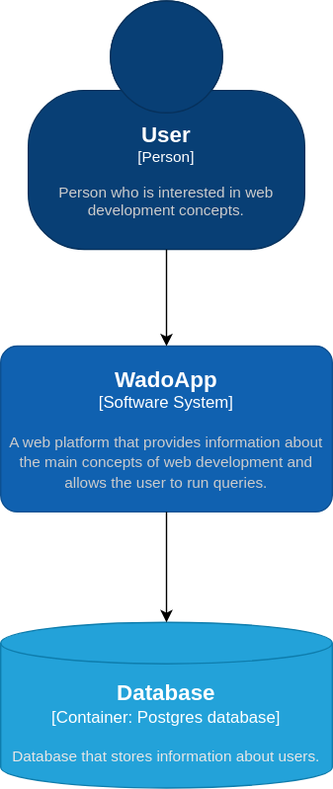
This is scholarly/media/c4_l2.drawio.svg from AndreeaJinga/WADO, a draw.io export, as it was before one commit. Source tidied: cells renumbered, new cells last; positions are measured from the earlier drawing's top-left corner, leaving out a move shared by most shapes.
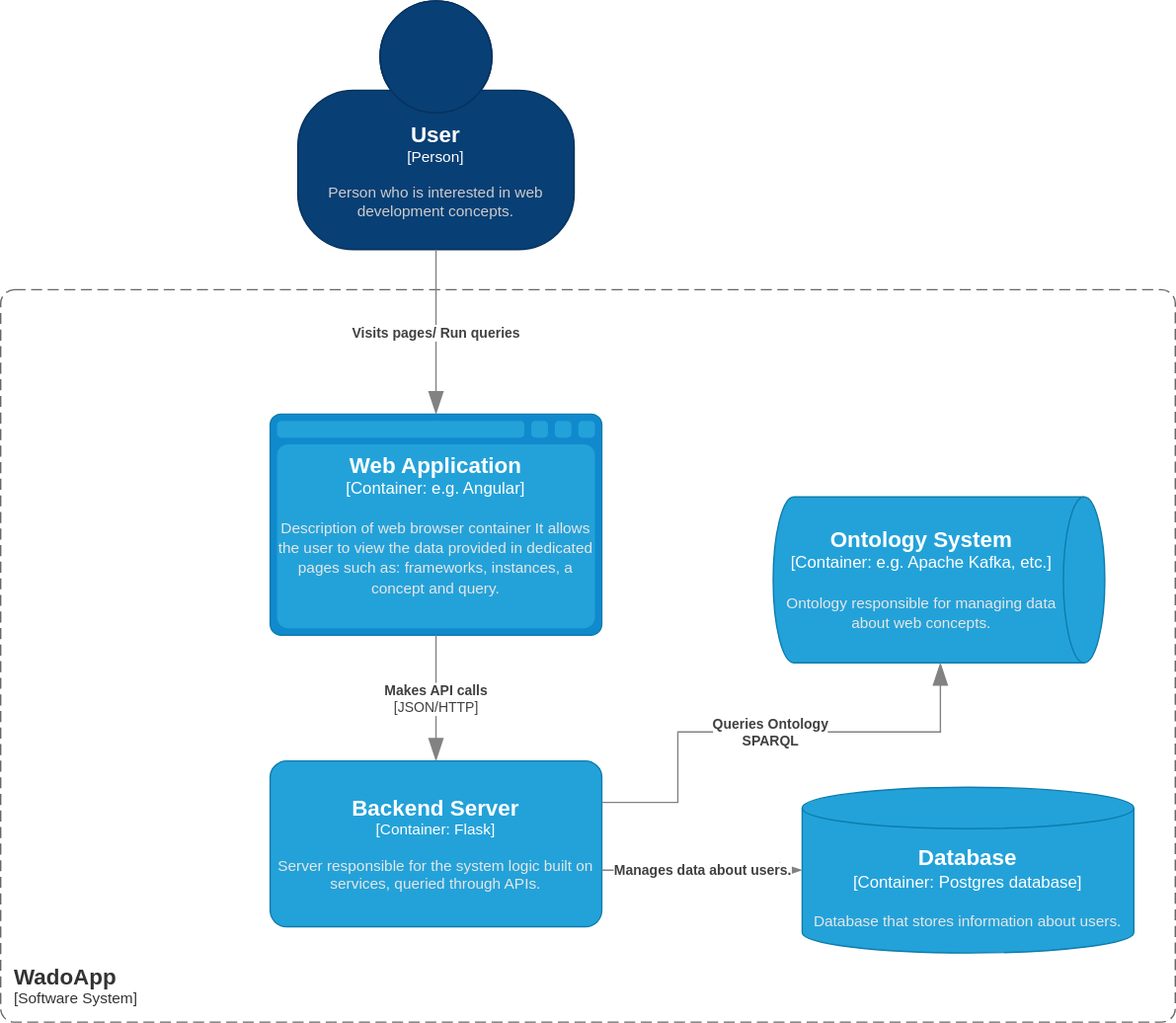
Later version of the same file.

Diff of the diagram source:
```diff
@@ -4,24 +4,65 @@
     <mxCell id="1" parent="0" />
     <object id="2" label="&lt;font style=&quot;font-size: 16px&quot;&gt;&lt;b&gt;%c4Name%&lt;/b&gt;&lt;/font&gt;&lt;div&gt;[%c4Type%]&lt;/div&gt;&lt;br&gt;&lt;div&gt;&lt;font style=&quot;font-size: 11px&quot;&gt;&lt;font color=&quot;#cccccc&quot;&gt;%c4Description%&lt;/font&gt;&lt;/div&gt;" c4Description="Person who is interested in web development concepts." c4Name="User" c4Type="Person" placeholders="1">
       <mxCell style="html=1;fontSize=11;dashed=0;whiteSpace=wrap;fillColor=#083F75;strokeColor=#06315C;fontColor=#ffffff;shape=mxgraph.c4.person2;align=center;points=[[0.5,0,0],[1,0.5,0],[1,0.75,0],[0.75,1,0],[0.5,1,0],[0.25,1,0],[0,0.75,0],[0,0.5,0]];" parent="1" vertex="1">
-        <mxGeometry x="20" width="200" height="180" as="geometry" />
+        <mxGeometry x="-95" y="-49" width="200" height="180" as="geometry" />
       </mxCell>
     </object>
-    <object id="3" label="&lt;font style=&quot;font-size: 16px&quot;&gt;&lt;b&gt;%c4Name%&lt;/b&gt;&lt;/font&gt;&lt;div&gt;[%c4Type%]&lt;/div&gt;&lt;br&gt;&lt;div&gt;&lt;font style=&quot;font-size: 11px&quot;&gt;&lt;font color=&quot;#cccccc&quot;&gt;%c4Description%&lt;/font&gt;&lt;/div&gt;" c4Description="A web platform that provides information about the main concepts of web development and allows the user to run queries." c4Name="WadoApp" c4Type="Software System" placeholders="1">
-      <mxCell style="rounded=1;whiteSpace=wrap;html=1;labelBackgroundColor=none;fillColor=#1061B0;fontColor=#ffffff;align=center;arcSize=10;strokeColor=#0D5091;points=[[0.25,0,0],[0.5,0,0],[0.75,0,0],[1,0.25,0],[1,0.5,0],[1,0.75,0],[0.75,1,0],[0.5,1,0],[0.25,1,0],[0,0.75,0],[0,0.5,0],[0,0.25,0]];" parent="1" vertex="1">
-        <mxGeometry y="250" width="240" height="120" as="geometry" />
-      </mxCell>
-    </object>
+    <object id="7" label="&lt;font style=&quot;font-size: 16px&quot;&gt;&lt;b&gt;&lt;div style=&quot;text-align: left&quot;&gt;%c4Name%&lt;/div&gt;&lt;/b&gt;&lt;/font&gt;&lt;div style=&quot;text-align: left&quot;&gt;[%c4Application%]&lt;/div&gt;" c4Application="Software System" c4Name="WadoApp" c4Type="SystemScopeBoundary" placeholders="1">
+      <mxCell style="rounded=1;fontSize=11;whiteSpace=wrap;html=1;dashed=1;arcSize=20;fillColor=none;strokeColor=#666666;fontColor=#333333;labelBackgroundColor=none;align=left;verticalAlign=bottom;labelBorderColor=none;spacingTop=0;spacing=10;dashPattern=8 4;perimeter=rectanglePerimeter;noLabel=0;labelPadding=0;absoluteArcSize=1;" parent="1" vertex="1">
+        <mxGeometry x="-310" y="160" width="850" height="530" as="geometry" />
+      </mxCell>
+    </object>
+    <object id="8" label="&lt;font style=&quot;font-size: 16px&quot;&gt;&lt;b&gt;%c4Name%&lt;/b&gt;&lt;/font&gt;&lt;div&gt;[%c4Type%:&amp;nbsp;%c4Technology%]&lt;/div&gt;&lt;br&gt;&lt;div&gt;&lt;font style=&quot;font-size: 11px&quot;&gt;&lt;font color=&quot;#E6E6E6&quot;&gt;%c4Description%&lt;/font&gt;&lt;/div&gt;" c4Description="Description of web browser container It allows the user to view the data provided in dedicated pages such as: frameworks, instances, a concept and query." c4Name="Web Application" c4Technology="Angular" c4Type="Container" placeholders="1">
+      <mxCell style="shape=mxgraph.c4.webBrowserContainer2;whiteSpace=wrap;html=1;boundedLbl=1;rounded=0;labelBackgroundColor=none;strokeColor=#118ACD;fillColor=#23A2D9;strokeColor=#118ACD;strokeColor2=#0E7DAD;fontSize=12;fontColor=#ffffff;align=center;points=[[0.5,0,0],[1,0.25,0],[1,0.5,0],[1,0.75,0],[0.5,1,0],[0,0.75,0],[0,0.5,0],[0,0.25,0]];" parent="1" vertex="1">
+        <mxGeometry x="-115" y="250" width="240" height="160" as="geometry" />
+      </mxCell>
+    </object>
+    <object id="9" label="&lt;font style=&quot;font-size: 16px&quot;&gt;&lt;b&gt;%c4Name%&lt;/b&gt;&lt;/font&gt;&lt;div&gt;[%c4Type%: %c4Technology%]&lt;/div&gt;&lt;br&gt;&lt;div&gt;&lt;font style=&quot;font-size: 11px&quot;&gt;&lt;font color=&quot;#E6E6E6&quot;&gt;%c4Description%&lt;/font&gt;&lt;/div&gt;" c4Description="Server responsible for the system logic built on services, queried through APIs." c4Name="Backend Server" c4Technology="Flask" c4Type="Container" placeholders="1">
+      <mxCell style="rounded=1;whiteSpace=wrap;html=1;fontSize=11;labelBackgroundColor=none;fillColor=#23A2D9;fontColor=#ffffff;align=center;arcSize=10;strokeColor=#0E7DAD;points=[[0.25,0,0],[0.5,0,0],[0.75,0,0],[1,0.25,0],[1,0.5,0],[1,0.75,0],[0.75,1,0],[0.5,1,0],[0.25,1,0],[0,0.75,0],[0,0.5,0],[0,0.25,0]];" parent="1" vertex="1">
+        <mxGeometry x="-115" y="501" width="240" height="120" as="geometry" />
+      </mxCell>
+    </object>
+    <object id="10" label="&lt;div style=&quot;text-align: left&quot;&gt;&lt;div style=&quot;text-align: center&quot;&gt;&lt;b&gt;%c4Description%&lt;/b&gt;&lt;/div&gt;&lt;div style=&quot;text-align: center&quot;&gt;[%c4Technology%]&lt;/div&gt;&lt;/div&gt;" c4Description="Makes API calls" c4Technology="JSON/HTTP" c4Type="Relationship" placeholders="1">
+      <mxCell style="endArrow=blockThin;html=1;fontSize=10;fontColor=#404040;strokeWidth=1;endFill=1;strokeColor=#828282;elbow=vertical;endSize=14;startSize=14;jumpStyle=arc;jumpSize=16;rounded=0;edgeStyle=orthogonalEdgeStyle;" parent="1" edge="1" source="8" target="9">
+        <mxGeometry relative="1" as="geometry" />
+      </mxCell>
+    </object>
+    <object id="11" label="&lt;div style=&quot;text-align: left&quot;&gt;&lt;div style=&quot;text-align: center&quot;&gt;&lt;b&gt;%c4Description%&lt;/b&gt;&lt;/div&gt;" c4Description="Visits pages/ Run queries" c4Type="Relationship" placeholders="1">
+      <mxCell style="endArrow=blockThin;html=1;fontSize=10;fontColor=#404040;strokeWidth=1;endFill=1;strokeColor=#828282;elbow=vertical;endSize=14;startSize=14;jumpStyle=arc;jumpSize=16;rounded=0;edgeStyle=orthogonalEdgeStyle;entryX=0.5;entryY=0;entryDx=0;entryDy=0;entryPerimeter=0;" parent="1" edge="1" source="2" target="8">
+        <mxGeometry relative="1" as="geometry" />
+      </mxCell>
+    </object>
     <object id="4" label="&lt;font style=&quot;font-size: 16px&quot;&gt;&lt;b&gt;%c4Name%&lt;/b&gt;&lt;/font&gt;&lt;div&gt;[%c4Type%:&amp;nbsp;%c4Technology%]&lt;/div&gt;&lt;br&gt;&lt;div&gt;&lt;font style=&quot;font-size: 11px&quot;&gt;&lt;font color=&quot;#E6E6E6&quot;&gt;%c4Description%&lt;/font&gt;&lt;/div&gt;" c4Description="Database that stores information about users." c4Name="Database" c4Technology="Postgres database" c4Type="Container" placeholders="1">
       <mxCell style="shape=cylinder3;size=15;whiteSpace=wrap;html=1;boundedLbl=1;rounded=0;labelBackgroundColor=none;fillColor=#23A2D9;fontSize=12;fontColor=#ffffff;align=center;strokeColor=#0E7DAD;points=[[0.5,0,0],[1,0.25,0],[1,0.5,0],[1,0.75,0],[0.5,1,0],[0,0.75,0],[0,0.5,0],[0,0.25,0]];" parent="1" vertex="1">
-        <mxGeometry y="450" width="240" height="120" as="geometry" />
+        <mxGeometry x="270" y="520" width="240" height="120" as="geometry" />
       </mxCell>
     </object>
-    <mxCell id="5" style="endArrow=classic;html=1;rounded=0;exitX=0.5;exitY=1;exitDx=0;exitDy=0;exitPerimeter=0;" parent="1" edge="1" source="2" target="3">
-      <mxGeometry relative="1" as="geometry" />
-    </mxCell>
-    <mxCell id="6" style="endArrow=classic;html=1;rounded=0;entryX=0.5;entryY=0;entryDx=0;entryDy=0;entryPerimeter=0;" parent="1" edge="1" source="3" target="4">
-      <mxGeometry relative="1" as="geometry" />
-    </mxCell>
+    <object id="12" label="&lt;div style=&quot;text-align: left&quot;&gt;&lt;div style=&quot;text-align: center&quot;&gt;&lt;b&gt;%c4Description%&lt;/b&gt;&lt;/div&gt;" c4Description="Manages data about users." c4Type="Relationship" placeholders="1">
+      <mxCell style="endArrow=blockThin;html=1;fontSize=10;fontColor=#404040;strokeWidth=1;endFill=1;strokeColor=#828282;elbow=vertical;endSize=14;startSize=14;jumpStyle=arc;jumpSize=16;rounded=0;edgeStyle=orthogonalEdgeStyle;" parent="1" edge="1" source="9" target="4">
+        <mxGeometry relative="1" as="geometry">
+          <Array as="points">
+            <mxPoint x="180" y="580" />
+            <mxPoint x="180" y="580" />
+          </Array>
+        </mxGeometry>
+      </mxCell>
+    </object>
+    <object id="13" label="&lt;font style=&quot;font-size: 16px&quot;&gt;&lt;b&gt;%c4Name%&lt;/b&gt;&lt;/font&gt;&lt;div&gt;[%c4Type%:&amp;nbsp;%c4Technology%]&lt;/div&gt;&lt;br&gt;&lt;div&gt;&lt;font style=&quot;font-size: 11px&quot;&gt;&lt;font color=&quot;#E6E6E6&quot;&gt;%c4Description%&lt;/font&gt;&lt;/div&gt;" c4Description="Ontology responsible for managing data about web concepts." c4Name="Ontology System" c4Technology="e.g. Apache Kafka, etc." c4Type="Container" placeholders="1">
+      <mxCell style="shape=cylinder3;size=15;direction=south;whiteSpace=wrap;html=1;boundedLbl=1;rounded=0;labelBackgroundColor=none;fillColor=#23A2D9;fontSize=12;fontColor=#ffffff;align=center;strokeColor=#0E7DAD;" parent="1" vertex="1">
+        <mxGeometry x="249" y="310" width="240" height="120" as="geometry" />
+      </mxCell>
+    </object>
+    <object id="14" label="&lt;div style=&quot;text-align: left&quot;&gt;&lt;div style=&quot;text-align: center&quot;&gt;&lt;b&gt;%c4Description%&lt;/b&gt;&lt;/div&gt;" c4Description="Queries Ontology&#10;SPARQL" c4Type="Relationship" placeholders="1">
+      <mxCell style="endArrow=blockThin;html=1;fontSize=10;fontColor=#404040;strokeWidth=1;endFill=1;strokeColor=#828282;elbow=vertical;endSize=14;startSize=14;jumpStyle=arc;jumpSize=16;rounded=0;edgeStyle=orthogonalEdgeStyle;exitX=1;exitY=0.25;exitDx=0;exitDy=0;exitPerimeter=0;" parent="1" edge="1" source="9">
+        <mxGeometry relative="1" as="geometry">
+          <mxPoint x="370" y="430" as="targetPoint" />
+          <Array as="points">
+            <mxPoint x="180" y="531" />
+            <mxPoint x="180" y="480" />
+            <mxPoint x="370" y="480" />
+          </Array>
+        </mxGeometry>
+      </mxCell>
+    </object>
   </root>
 </mxGraphModel>
```
